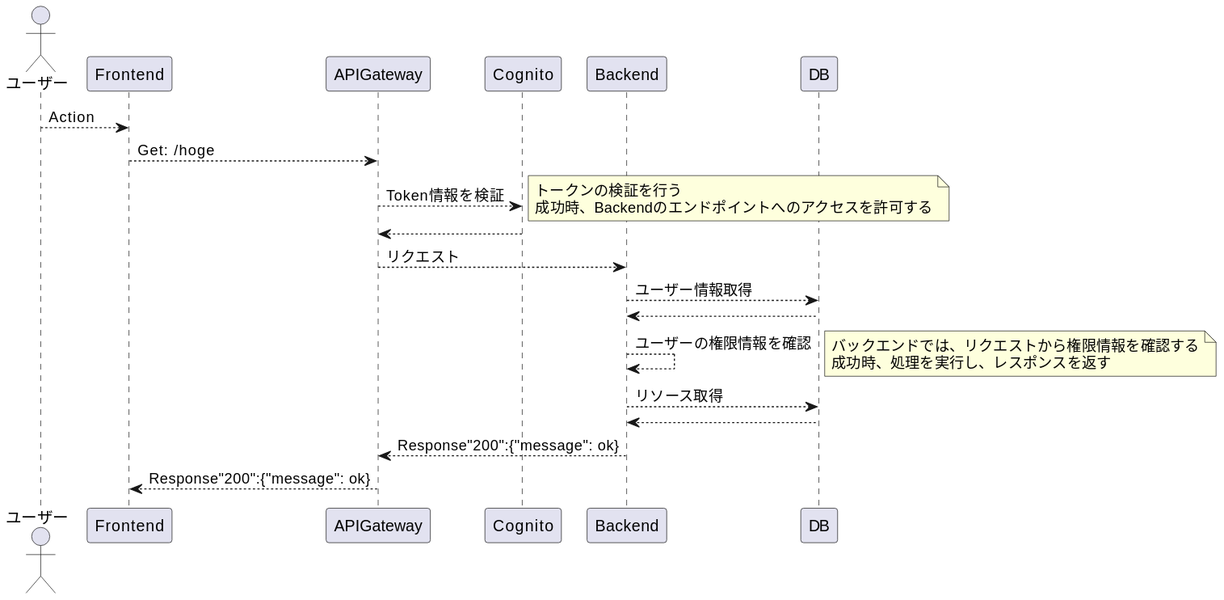
Fukuemon/buddy_design_docs keeps this PlantUML diagram as src/diagrams-svg/Sequence/Auth/Auth.svg. Above is the earlier version. Source of this version:
```plantuml
@startuml
Actor ユーザー
Participant Frontend as Front
Participant APIGateway as Gateway
Participant Cognito
Participant Backend as Back
Participant DB
ユーザー --> Front: Action
Front --> Gateway: Get: /hoge
Gateway --> Cognito: Token情報を検証
note right
トークンの検証を行う
成功時、Backendのエンドポイントへのアクセスを許可する
end note
Cognito --> Gateway
Gateway --> Back: リクエスト
Back --> DB: ユーザー情報取得
DB --> Back
Back --> Back: ユーザーの権限情報を確認
note right
バックエンドでは、リクエストから権限情報を確認する
成功時、処理を実行し、レスポンスを返す
end note
Back --> DB: リソース取得
DB --> Back
Back --> Gateway: Response"200":{"message": ok}
Gateway --> Front: Response"200":{"message": ok}
@enduml
```
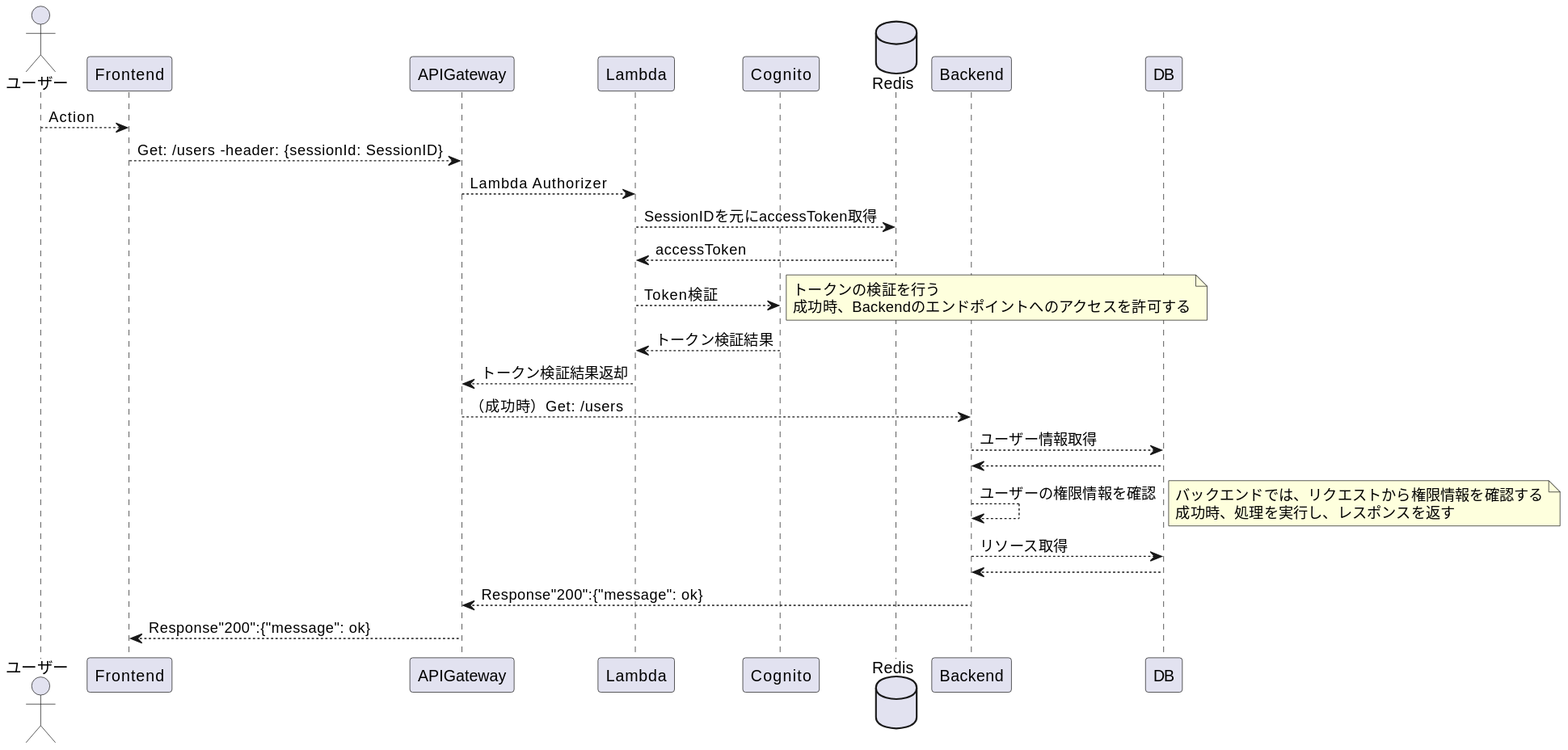
Later version of the same file.

The edit, as a diff of the source:
```diff
@@ -2,18 +2,25 @@
 Actor ユーザー
 Participant Frontend as Front
 Participant APIGateway as Gateway
+Participant Lambda
 Participant Cognito
+Database Redis
 Participant Backend as Back
 Participant DB
+
 ユーザー --> Front: Action
-Front --> Gateway: Get: /hoge
-Gateway --> Cognito: Token情報を検証
+Front --> Gateway: Get: /users -header: {sessionId: SessionID}
+Gateway --> Lambda: Lambda Authorizer
+Lambda --> Redis: SessionIDを元にaccessToken取得
+Redis --> Lambda: accessToken
+Lambda --> Cognito: Token検証
 note right
 トークンの検証を行う
 成功時、Backendのエンドポイントへのアクセスを許可する
 end note
-Cognito --> Gateway
-Gateway --> Back: リクエスト
+Cognito --> Lambda: トークン検証結果
+Lambda --> Gateway: トークン検証結果返却
+Gateway --> Back: （成功時）Get: /users
 Back --> DB: ユーザー情報取得
 DB --> Back
 Back --> Back: ユーザーの権限情報を確認
```
